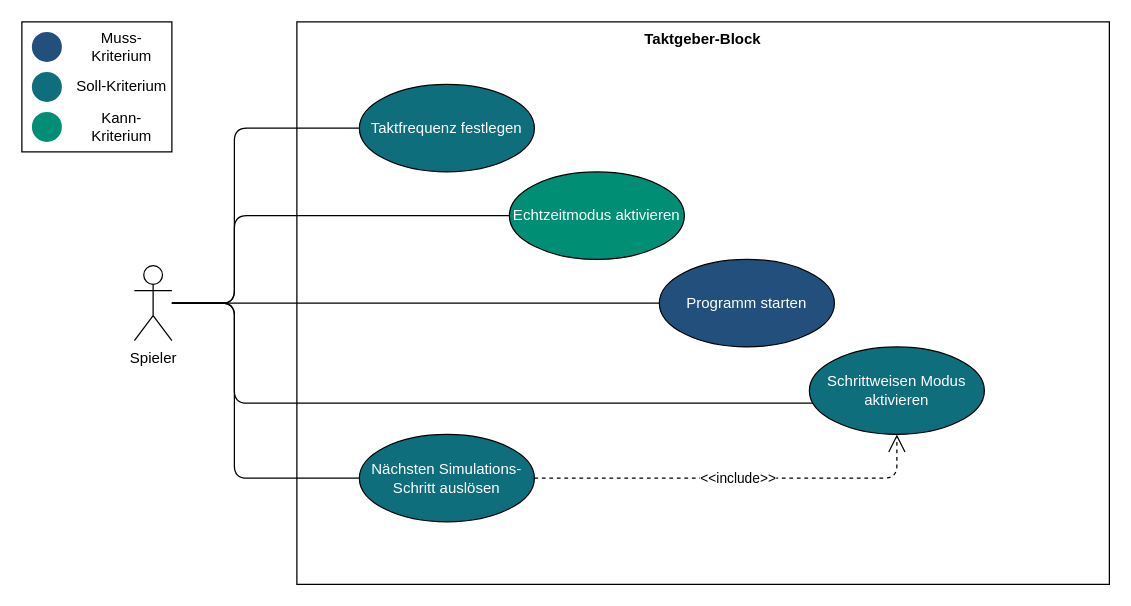
LundiNord/RISCJ-Diagramms keeps this draw.io diagram as Taktgeber-Block.drawio. Above is the earlier version. Source tidied: cells renumbered, new cells numbered last; positions are measured from the earlier drawing's top-left corner, leaving out a move shared by most shapes. Both pictures are drawn from the tidied source at 125%, with x=0, y=0 at pixel (21, 21).
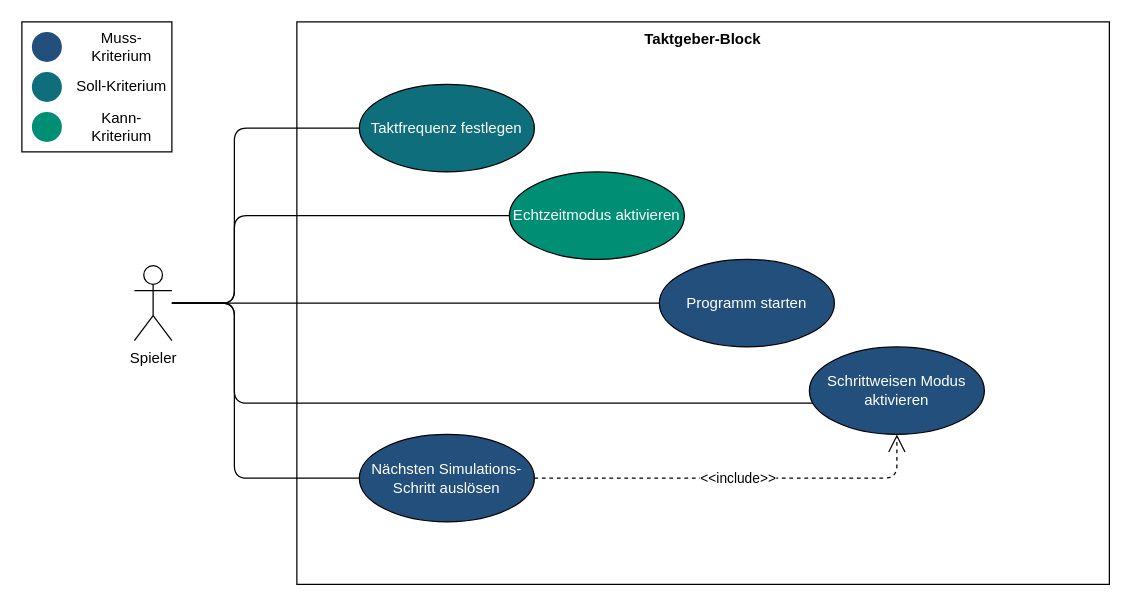
The same page after the edit.

What changed in the source:
```diff
@@
-    <mxCell id="10" value="Schrittweisen Modus aktivieren" style="ellipse;whiteSpace=wrap;html=1;fillColor=#0e6e7c;fontColor=#FFFFFF;" parent="1" vertex="1">
+    <mxCell id="10" value="Schrittweisen Modus aktivieren" style="ellipse;whiteSpace=wrap;html=1;fillColor=#234f7c;fontColor=#FFFFFF;" parent="1" vertex="1">
       <mxGeometry x="630" y="260" width="140" height="70" as="geometry" />
     </mxCell>
-    <mxCell id="11" value="Nächsten Simulations-Schritt auslösen" style="ellipse;whiteSpace=wrap;html=1;fillColor=#0e6e7c;fontColor=#FFFFFF;" parent="1" vertex="1">
+    <mxCell id="11" value="Nächsten Simulations-Schritt auslösen" style="ellipse;whiteSpace=wrap;html=1;fillColor=#234f7c;fontColor=#FFFFFF;" parent="1" vertex="1">
       <mxGeometry x="270" y="330" width="140" height="70" as="geometry" />
     </mxCell>
```
